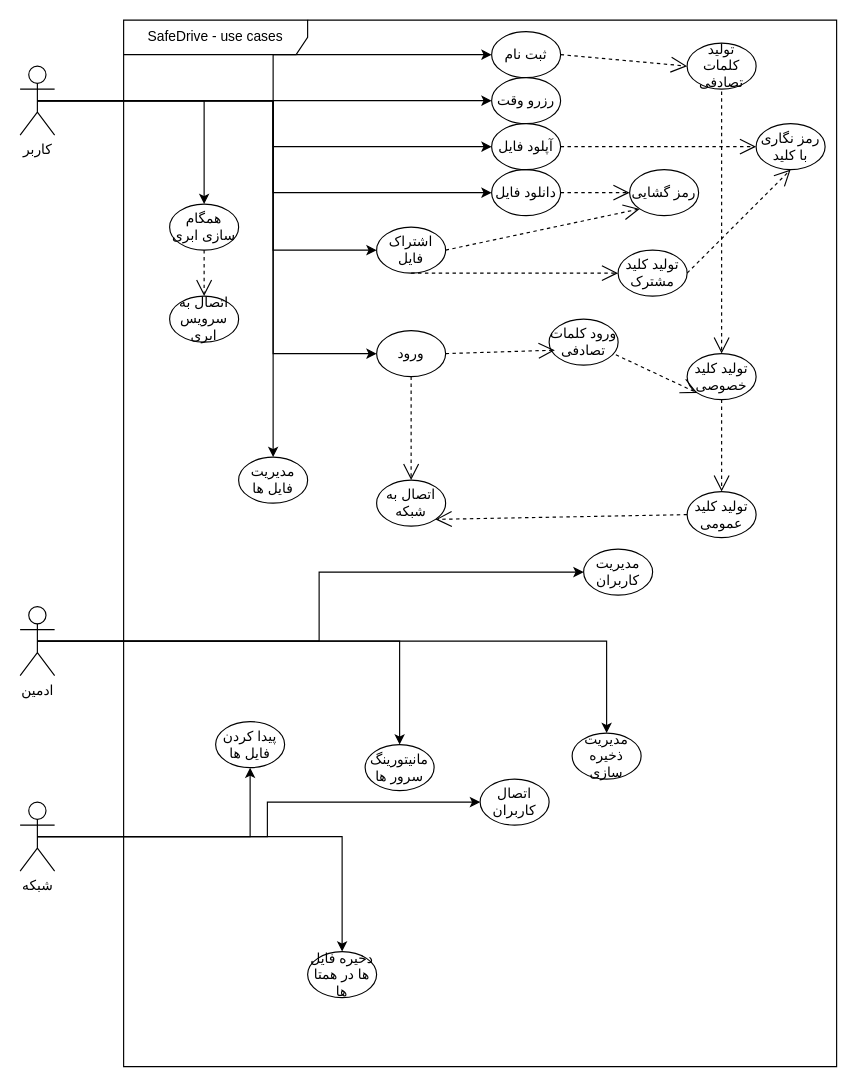
FatemehKhalili/SafeDrive keeps this draw.io diagram as Use_Case/usecase.drawio. Above is the earlier version. Source tidied: cells renumbered, new cells numbered last; positions are measured from the earlier drawing's top-left corner, leaving out a move shared by most shapes. Both pictures are drawn from the tidied source at 115%, with x=0, y=0 at pixel (20, 20).
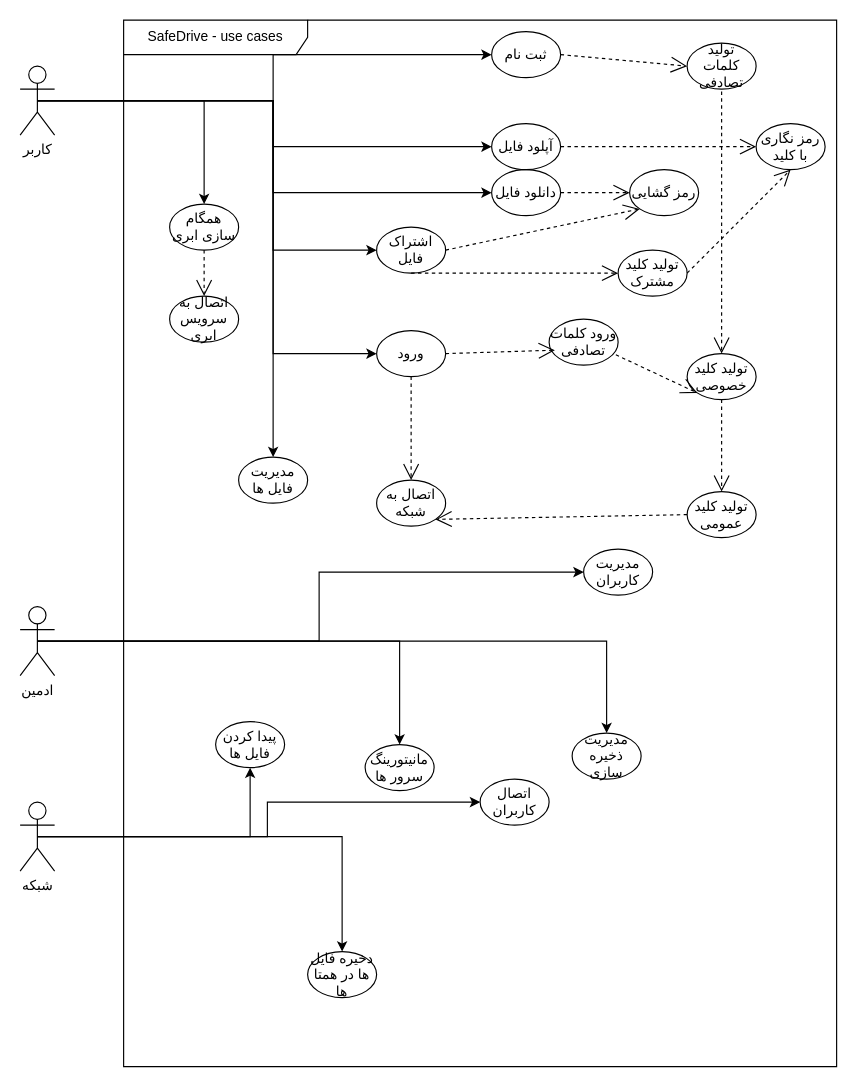
Above is the later version.

The change refers to these unchanged cells:
```xml
<mxCell id="10" value="&lt;div&gt;کاربر&lt;/div&gt;&lt;div&gt;&lt;br&gt;&lt;/div&gt;" style="shape=umlActor;verticalLabelPosition=bottom;verticalAlign=top;html=1;outlineConnect=0;fontFamily=Comic Sans MS;" parent="1" vertex="1">
  <mxGeometry y="40" width="30" height="60" as="geometry" />
</mxCell>
<mxCell id="19" value="SafeDrive - use cases" style="shape=umlFrame;whiteSpace=wrap;html=1;width=160;" parent="1" vertex="1">
  <mxGeometry x="90" width="620" height="910" as="geometry" />
</mxCell>
```

What changed in the source:
```diff
@@
-    <mxCell id="4" style="edgeStyle=orthogonalEdgeStyle;rounded=0;jettySize=auto;html=1;exitX=0.5;exitY=0.5;exitDx=0;exitDy=0;exitPerimeter=0;entryX=0;entryY=0.5;entryDx=0;entryDy=0;" parent="1" edge="1" source="10" target="21">
-      <mxGeometry relative="1" as="geometry" />
-    </mxCell>
@@
-    <mxCell id="21" value="رزرو وقت" style="ellipse;whiteSpace=wrap;html=1;" parent="19" vertex="1">
-      <mxGeometry x="320" y="50" width="60" height="40" as="geometry" />
-    </mxCell>
```
